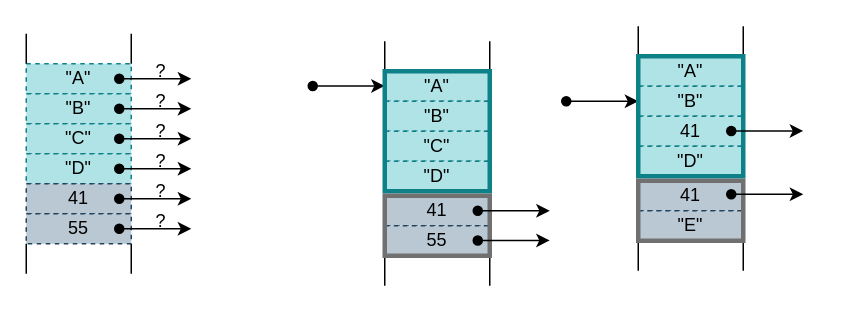
Before: docs/svg/convent_oriscv_vio.drawio in UniStuttgart-IKR/vio, a draw.io diagram. Source tidied: cells renumbered, new cells numbered last; positions are measured from the earlier drawing's top-left corner, leaving out a move shared by most shapes. Both pictures are drawn from the tidied source at 150%, with x=0, y=0 at pixel (26, 26).
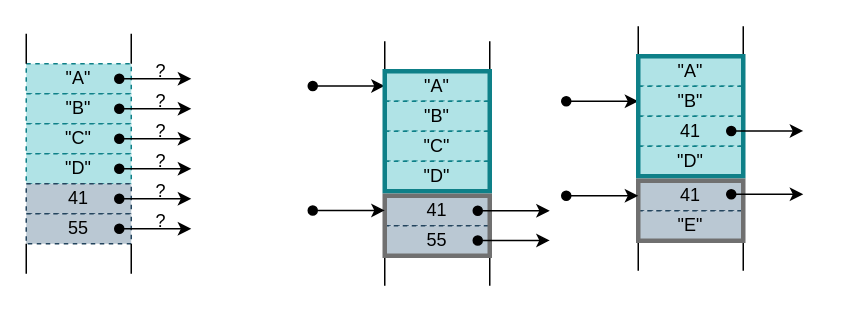
The same page after the edit.

Diff of the diagram source:
```diff
@@
+    <mxCell id="54" style="endArrow=classic;html=1;rounded=0;exitX=1;exitY=0.5;exitDx=0;exitDy=0;startArrow=oval;startFill=1;" parent="1" edge="1">
+      <mxGeometry relative="1" as="geometry">
+        <mxPoint x="191" y="122.8" as="sourcePoint" />
+        <mxPoint x="239" y="122.8" as="targetPoint" />
+      </mxGeometry>
+    </mxCell>
+    <mxCell id="55" style="endArrow=classic;html=1;rounded=0;exitX=1;exitY=0.5;exitDx=0;exitDy=0;startArrow=oval;startFill=1;" parent="1" edge="1">
+      <mxGeometry relative="1" as="geometry">
+        <mxPoint x="360" y="113" as="sourcePoint" />
+        <mxPoint x="408" y="113" as="targetPoint" />
+      </mxGeometry>
+    </mxCell>
```
